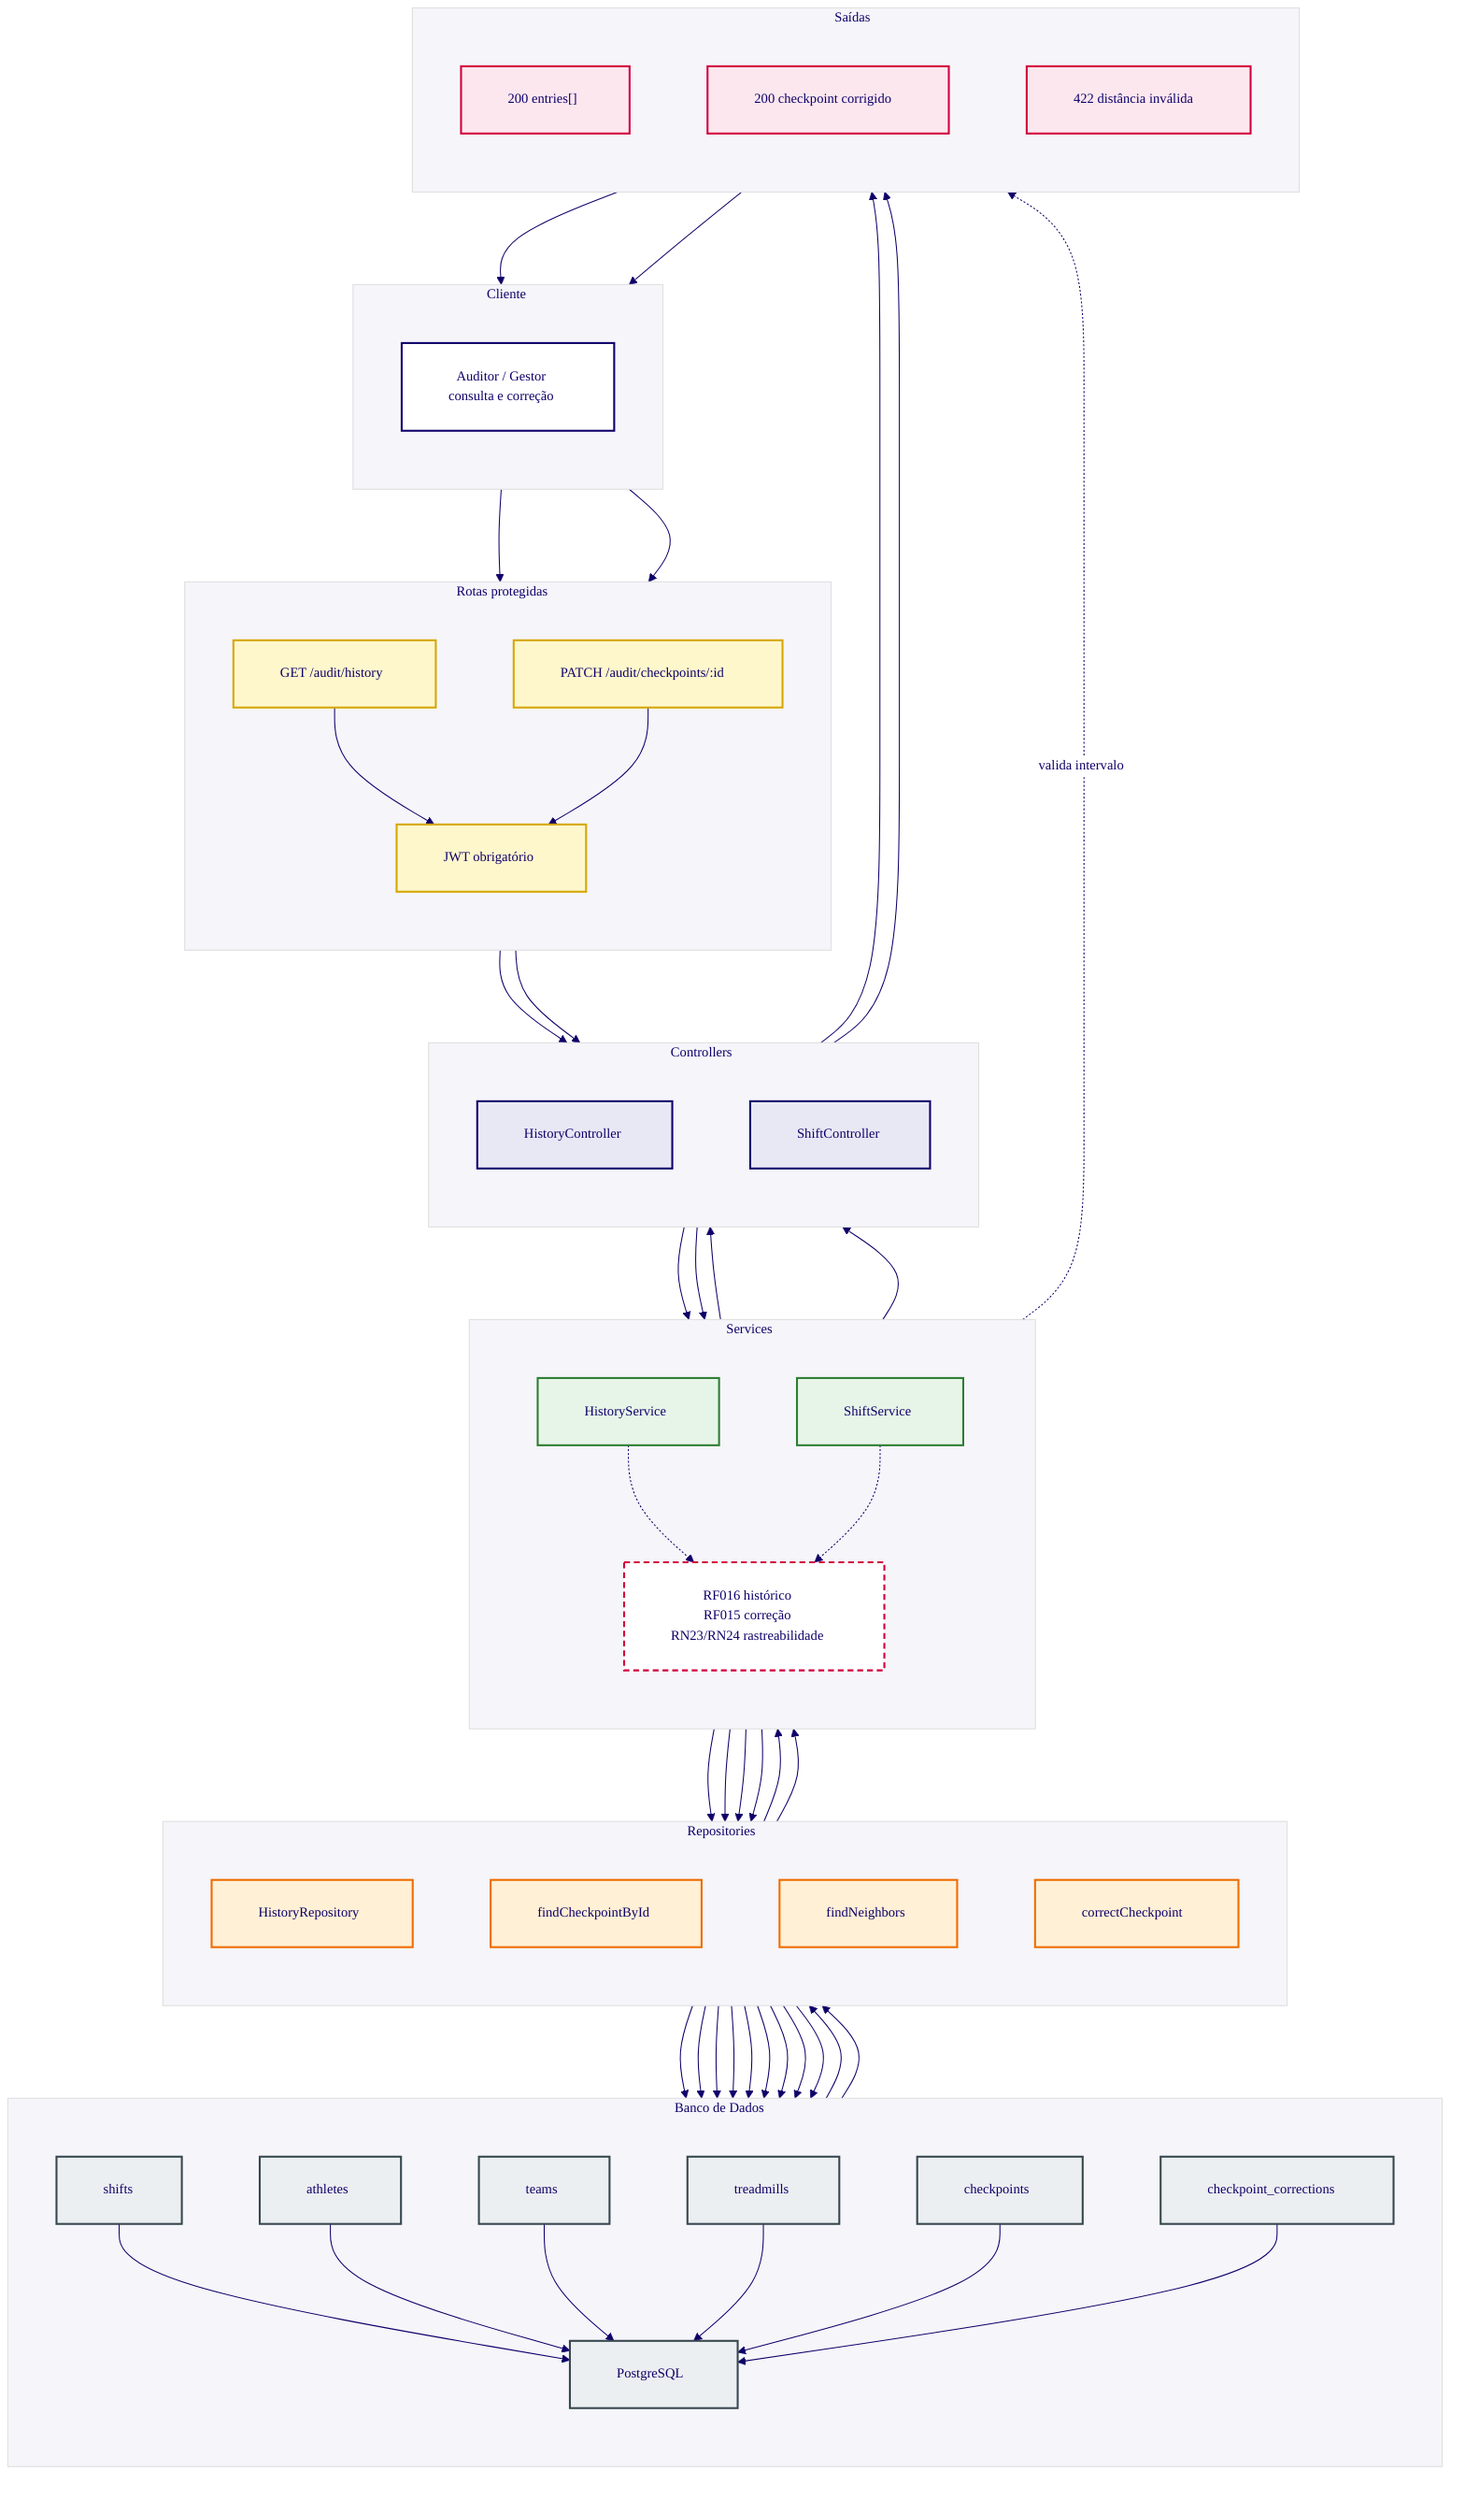
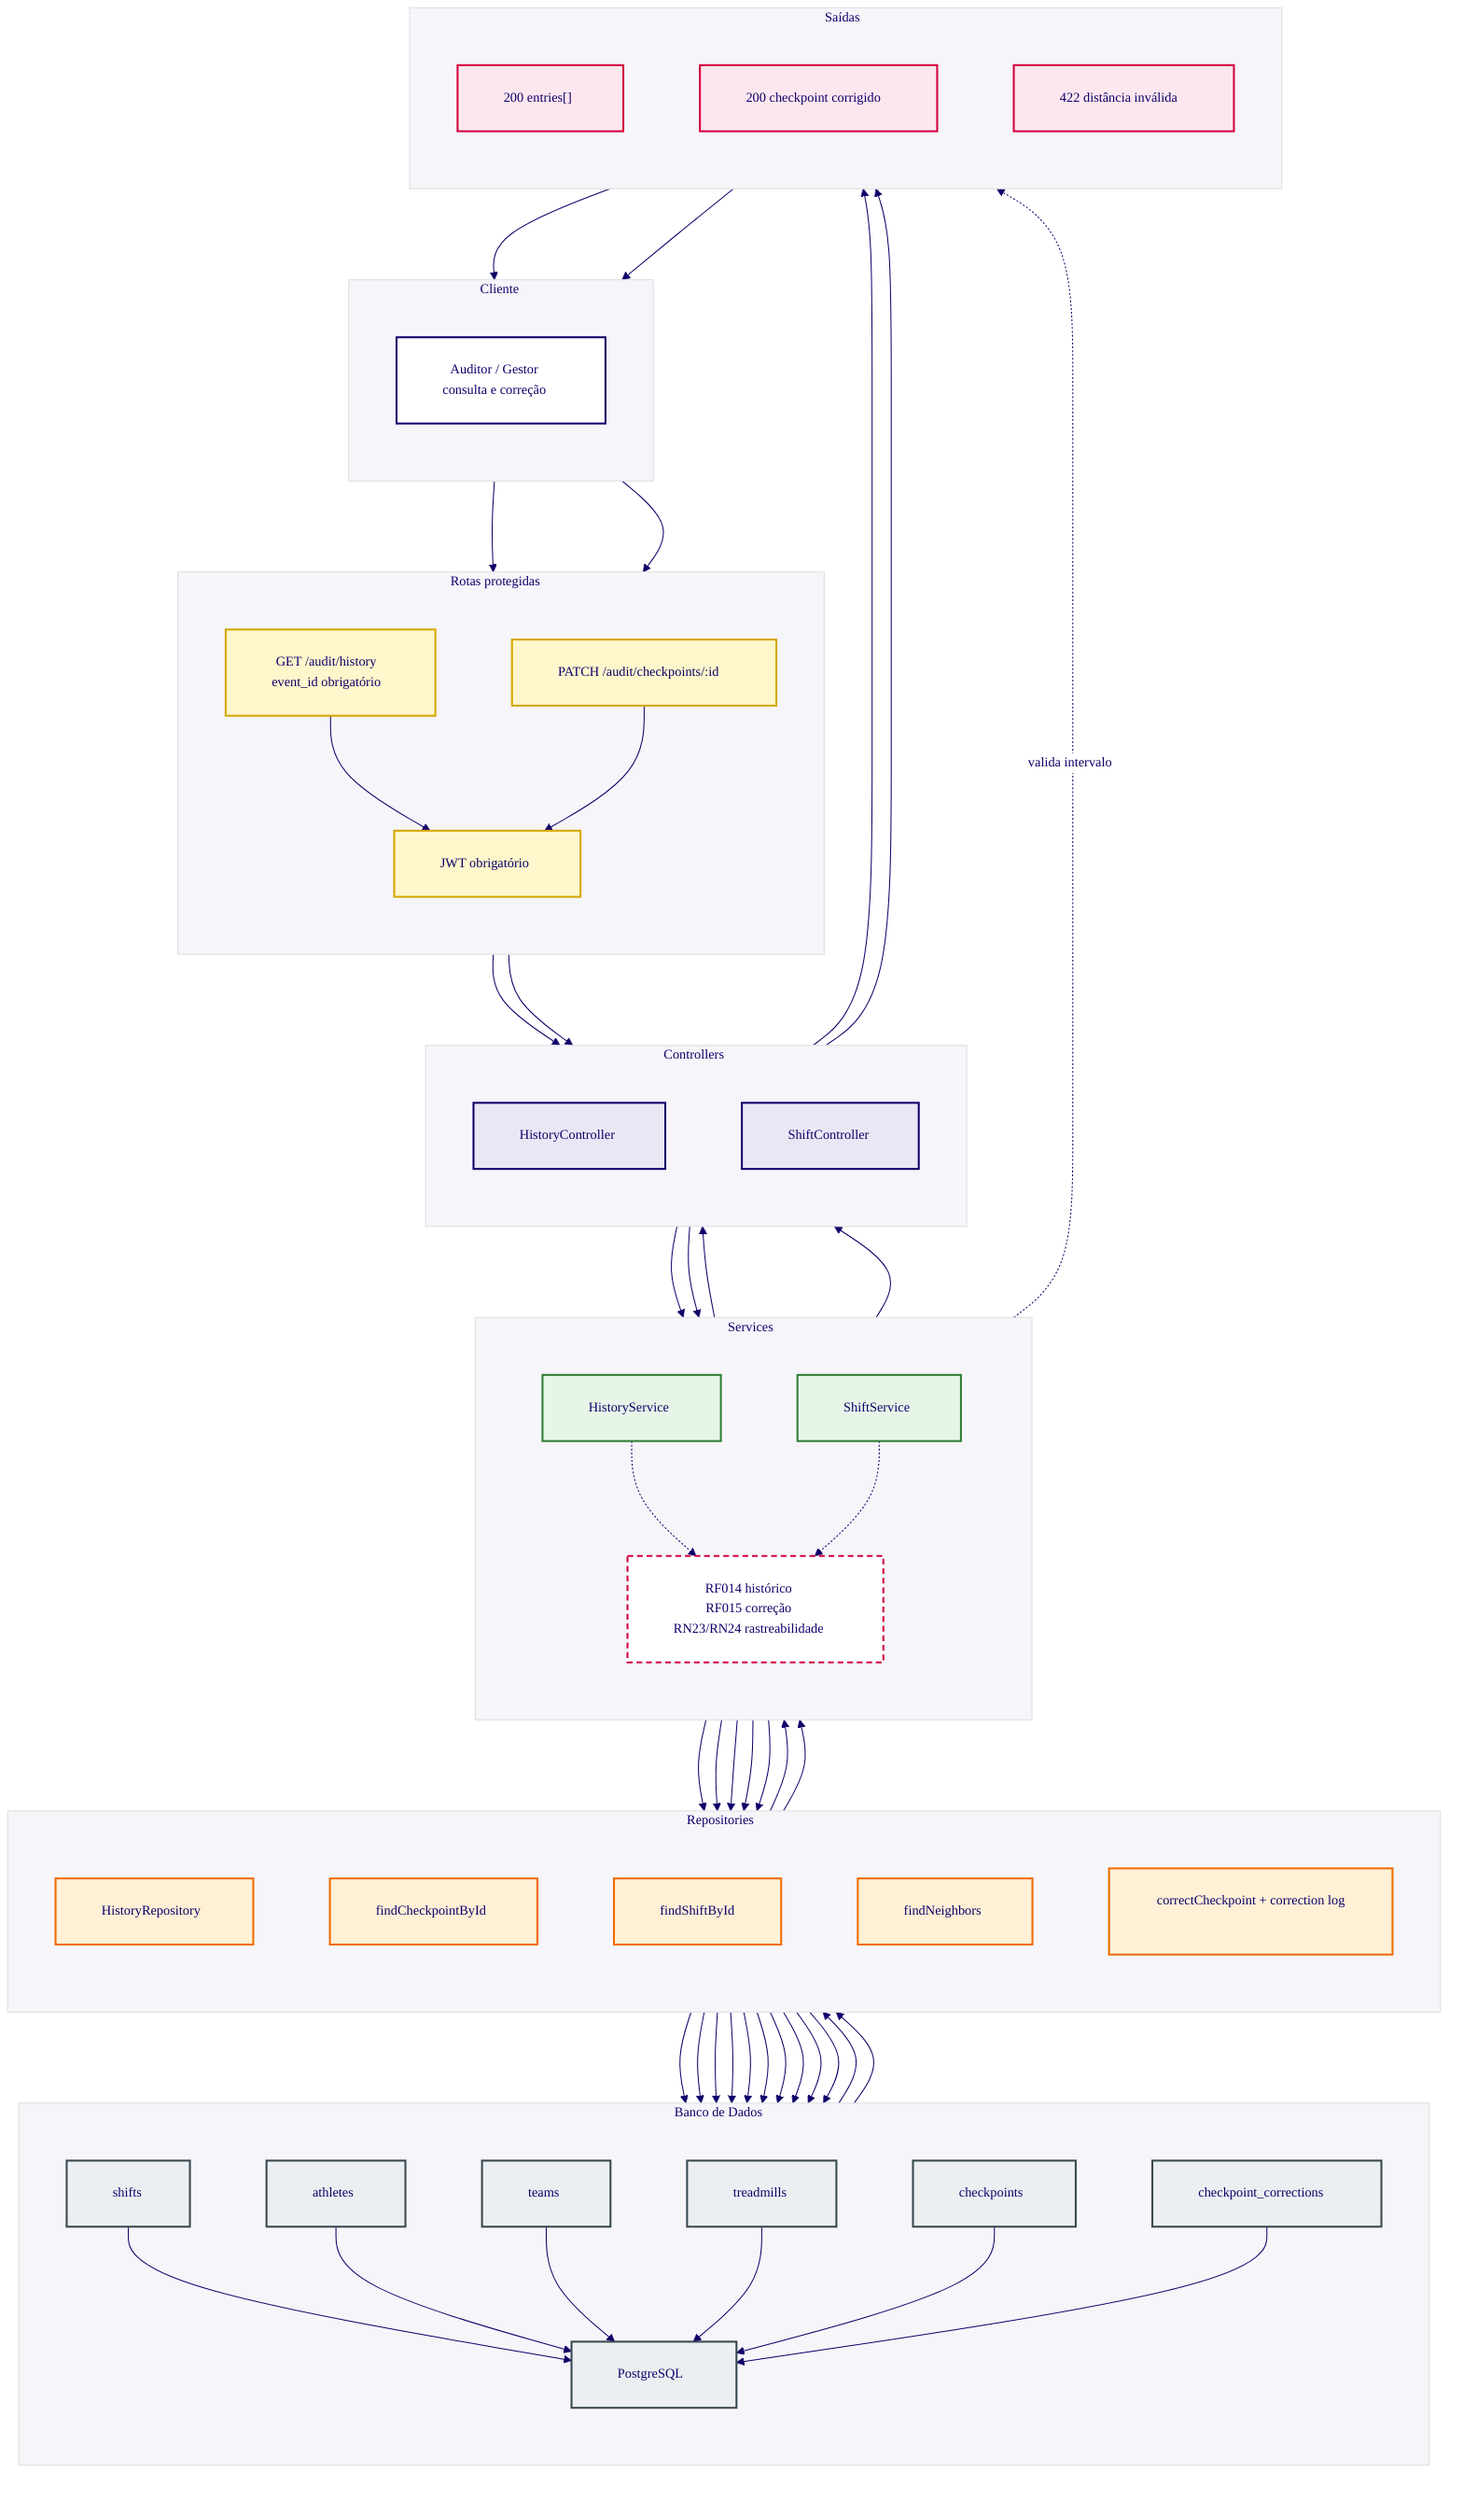
%%{init: {"theme":"base","flowchart":{"htmlLabels":true,"curve":"basis","nodeSpacing":80,"rankSpacing":95,"padding":24},"themeVariables":{"fontFamily":"Arial, sans-serif","fontSize":"14px","primaryColor":"#FFFFFF","primaryTextColor":"#0F0069","primaryBorderColor":"#0F0069","lineColor":"#0F0069","tertiaryColor":"#F5F5FA","tertiaryTextColor":"#0F0069"}}}%%
flowchart TB

    classDef client fill:#FFFFFF,stroke:#0F0069,stroke-width:2px,color:#0F0069;
    classDef route fill:#FFF7CC,stroke:#D6A700,stroke-width:2px,color:#0F0069;
    classDef controller fill:#E8E8F5,stroke:#0F0069,stroke-width:2px,color:#0F0069;
    classDef service fill:#E7F5E8,stroke:#2E7D32,stroke-width:2px,color:#0F0069;
    classDef repository fill:#FFF0D6,stroke:#EF6C00,stroke-width:2px,color:#0F0069;
    classDef db fill:#ECEFF1,stroke:#37474F,stroke-width:2px,color:#0F0069;
    classDef output fill:#FDE7EF,stroke:#D2003C,stroke-width:2px,color:#0F0069;
    classDef note fill:#FFFFFF,stroke:#D2003C,stroke-width:2px,stroke-dasharray: 6 4,color:#0F0069;

    subgraph L1["Cliente"]
        direction TB
        C["Auditor / Gestor<br/>consulta e correção"]:::client
    end

    subgraph L2["Rotas protegidas"]
        direction TB
-         R1["GET /audit/history"]:::route
+         R1["GET /audit/history<br/>event_id obrigatório"]:::route
        R2["PATCH /audit/checkpoints/:id"]:::route
        AUTH["JWT obrigatório"]:::route
    end

    subgraph L3["Controllers"]
        direction TB
        HC["HistoryController"]:::controller
        SC["ShiftController"]:::controller
    end

    subgraph L4["Services"]
        direction TB
        HS["HistoryService"]:::service
        SS["ShiftService"]:::service
-         RN["RF016 histórico<br/>RF015 correção<br/>RN23/RN24 rastreabilidade"]:::note
+         RN["RF014 histórico<br/>RF015 correção<br/>RN23/RN24 rastreabilidade"]:::note
    end

    subgraph L5["Repositories"]
        direction TB
        HR["HistoryRepository"]:::repository
        SR1["findCheckpointById"]:::repository
-         SR2["findNeighbors"]:::repository
-         SR3["correctCheckpoint"]:::repository
+         SR2["findShiftById"]:::repository
+         SR3["findNeighbors"]:::repository
+         SR4["correctCheckpoint + correction log"]:::repository
    end

    subgraph L6["Banco de Dados"]
        direction TB
        DB["PostgreSQL"]:::db
        SH["shifts"]:::db
        AT["athletes"]:::db
        TE["teams"]:::db
        TM["treadmills"]:::db
        CP["checkpoints"]:::db
        CC["checkpoint_corrections"]:::db
    end

    subgraph L7["Saídas"]
        direction TB
        O1["200 entries[]"]:::output
        O2["200 checkpoint corrigido"]:::output
        O3["422 distância inválida"]:::output
    end

    C --> R1 --> AUTH --> HC --> HS --> HR
    C --> R2 --> AUTH --> SC --> SS
    HS -.-> RN
    SS -.-> RN
    HR --> SH
    HR --> AT
    HR --> TE
    HR --> TM
    HR --> CP
    SS --> SR1 --> CP
-     SS --> SR2 --> CP
+     SS --> SR2 --> SH
    SS --> SR3 --> CP
-     SR3 --> CC
+     SS --> SR4 --> CP
+     SR4 --> CC
    SH --> DB
    AT --> DB
    TE --> DB
    TM --> DB
    CP --> DB
    CC --> DB
    DB --> HR --> HS --> HC --> O1 --> C
-     DB --> SR3 --> SS --> SC --> O2 --> C
+     DB --> SR4 --> SS --> SC --> O2 --> C
    SS -. valida intervalo .-> O3
